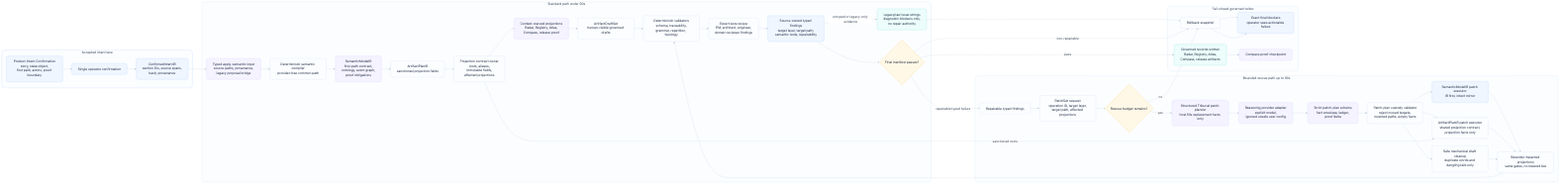
The Mermaid diagram odylith/atlas/source/domain-intelligence-greenfield-governance.png in odylith/odylith, before a commit. Its source is kept beside it as odylith/atlas/source/domain-intelligence-greenfield-governance.mmd.
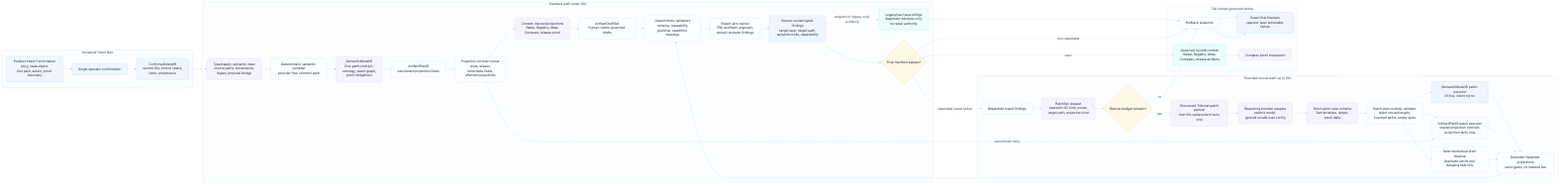
After the change.

The edit, as a diff of the source:
```diff
@@ -25,7 +25,7 @@
     subgraph rescue_lane["Bounded rescue path up to 90s"]
       direction TB
       repairable["Repairable typed findings"]
-      patchset["PatchSet request<br/>operation ID, target layer,<br/>target path, affected projections"]
+      patchset["PatchSet request<br/>operation ID, kind, owner,<br/>target path, projection kind"]
       rescue_budget{"Rescue budget remains?"}
       tribunal_planner["Structured Tribunal patch planner<br/>host fills replacement facts only"]
       provider_adapter["Reasoning provider adapter<br/>explicit model,<br/>ignored unsafe user config"]
```
